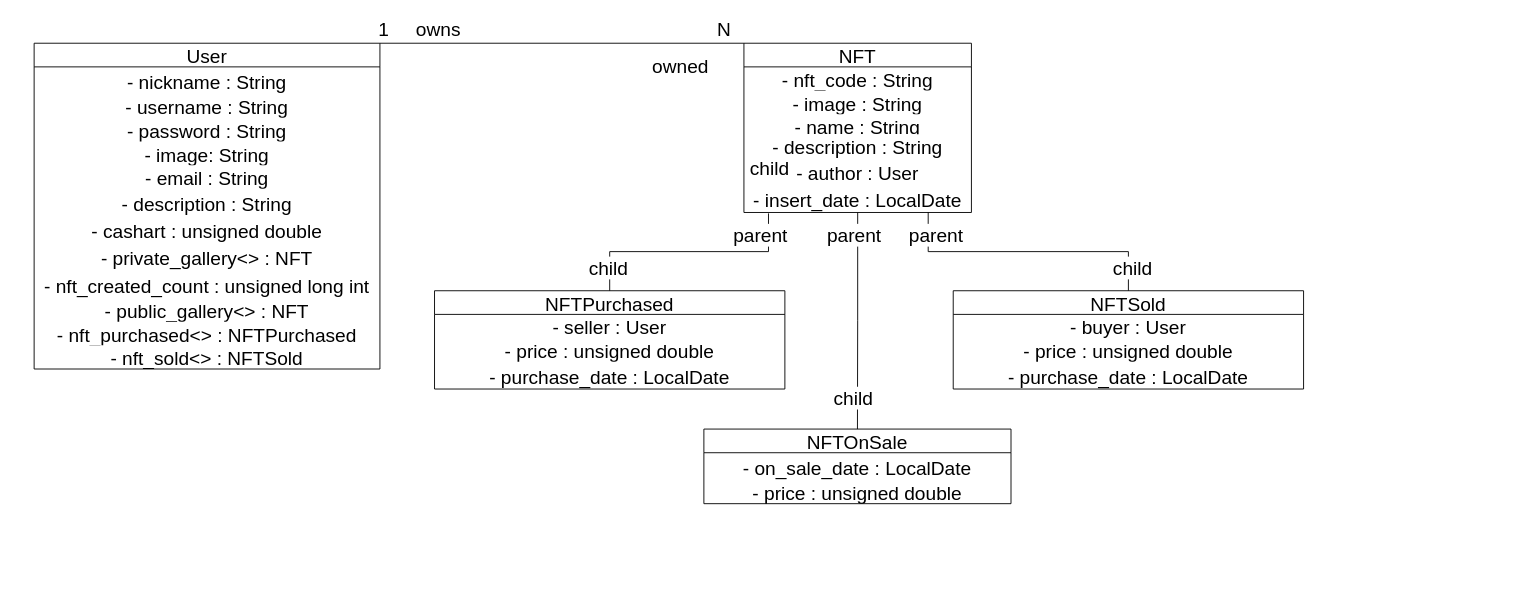
Above: Data_Model.drawio in Pietroalex/Compravendita_NFT (draw.io), before the change. Source tidied: cells renumbered, new cells numbered last; positions are measured from the earlier drawing's top-left corner, leaving out a move shared by most shapes. Both pictures are drawn from the tidied source at 91%, with x=0, y=0 at pixel (34, 15).
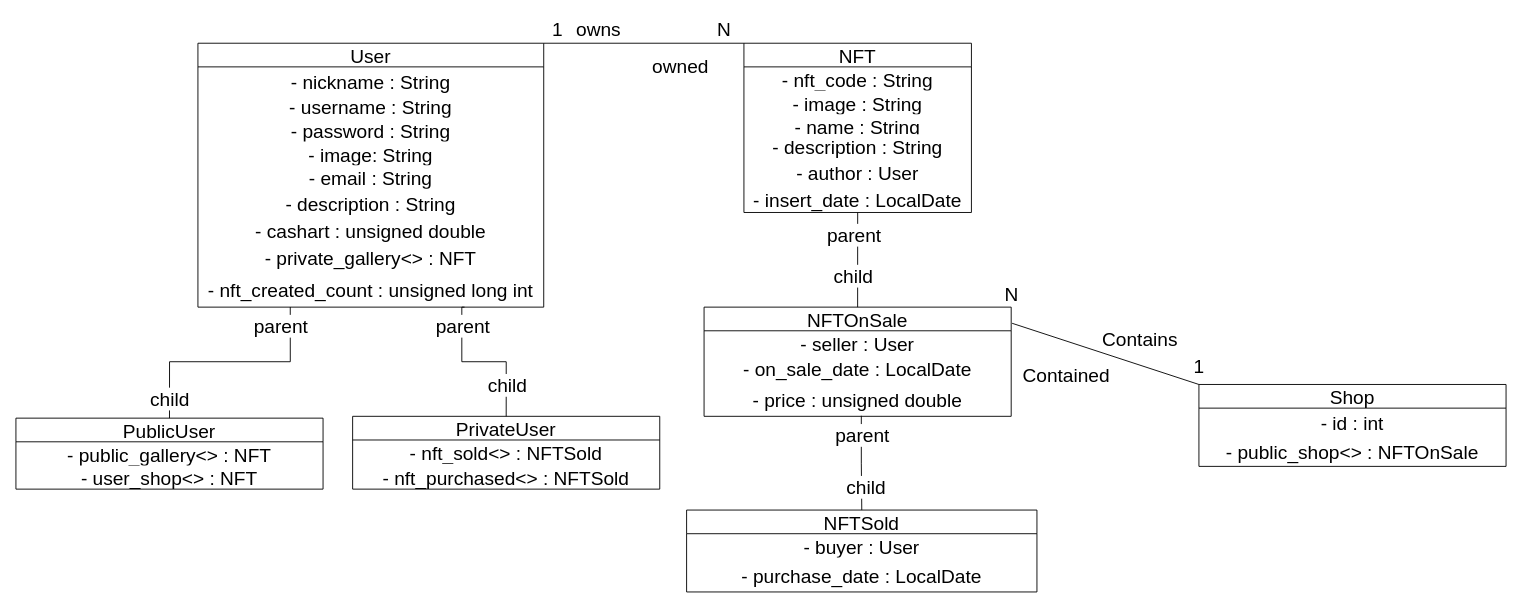
The same diagram, later.

The change refers to these unchanged cells:
```xml
<mxCell id="21" value="- insert_date : LocalDate" style="text;strokeColor=none;fillColor=none;spacingLeft=4;spacingRight=4;overflow=hidden;points=[[0,0.5],[1,0.5]];portConstraint=eastwest;fontSize=21;labelPosition=center;verticalLabelPosition=middle;align=center;verticalAlign=middle;" parent="15" vertex="1">
  <mxGeometry y="156" width="250" height="30" as="geometry" />
</mxCell>
```

Diff of the diagram source:
```diff
@@
     <mxCell id="2" value="User" style="swimlane;fontStyle=0;horizontal=1;startSize=26;fillColor=none;fontSize=21;labelPosition=center;verticalLabelPosition=middle;align=center;verticalAlign=middle;swimlaneLine=1;glass=0;rounded=0;shadow=0;sketch=0;spacing=2;" parent="1" vertex="1">
-      <mxGeometry y="30" width="380" height="358" as="geometry" />
+      <mxGeometry x="180" y="30" width="380" height="290" as="geometry" />
     </mxCell>
@@
     <mxCell id="11" value="- nft_created_count : unsigned long int" style="text;strokeColor=none;fillColor=none;spacingLeft=4;spacingRight=4;overflow=hidden;points=[[0,0.5],[1,0.5]];portConstraint=eastwest;fontSize=21;labelPosition=center;verticalLabelPosition=middle;align=center;verticalAlign=middle;swimlaneLine=1;glass=0;rounded=0;shadow=0;sketch=0;spacing=2;" parent="2" vertex="1">
-      <mxGeometry y="250" width="380" height="30" as="geometry" />
+      <mxGeometry y="250" width="380" height="40" as="geometry" />
     </mxCell>
-    <mxCell id="12" value="- public_gallery&lt;&gt; : NFT" style="text;strokeColor=none;fillColor=none;align=center;verticalAlign=middle;spacingLeft=4;spacingRight=4;overflow=hidden;fontSize=21;labelPosition=center;verticalLabelPosition=middle;swimlaneLine=1;glass=0;rounded=0;shadow=0;sketch=0;spacing=2;" parent="2" vertex="1">
-      <mxGeometry y="280" width="380" height="26" as="geometry" />
-    </mxCell>
-    <mxCell id="13" value="- nft_purchased&lt;&gt; : NFTPurchased" style="text;strokeColor=none;fillColor=none;align=center;verticalAlign=middle;spacingLeft=4;spacingRight=4;overflow=hidden;fontSize=21;labelPosition=center;verticalLabelPosition=middle;swimlaneLine=1;glass=0;rounded=0;shadow=0;sketch=0;spacing=2;" parent="2" vertex="1">
-      <mxGeometry y="306" width="380" height="26" as="geometry" />
-    </mxCell>
-    <mxCell id="14" value="- nft_sold&lt;&gt; : NFTSold" style="text;strokeColor=none;fillColor=none;align=center;verticalAlign=middle;spacingLeft=4;spacingRight=4;overflow=hidden;fontSize=21;labelPosition=center;verticalLabelPosition=middle;swimlaneLine=1;glass=0;rounded=0;shadow=0;sketch=0;spacing=2;" parent="2" vertex="1">
-      <mxGeometry y="332" width="380" height="26" as="geometry" />
-    </mxCell>
@@
     <mxCell id="22" value="NFTOnSale" style="swimlane;fontStyle=0;horizontal=1;startSize=26;fillColor=none;fontSize=21;labelPosition=center;verticalLabelPosition=middle;align=center;verticalAlign=middle;" parent="1" vertex="1">
-      <mxGeometry x="736" y="454" width="337.5" height="82" as="geometry" />
+      <mxGeometry x="736.2" y="320" width="337.5" height="120" as="geometry" />
     </mxCell>
+    <mxCell id="41" value="- seller : User" style="text;strokeColor=none;fillColor=none;align=center;verticalAlign=middle;spacingLeft=4;spacingRight=4;overflow=hidden;fontSize=21;labelPosition=center;verticalLabelPosition=middle;" parent="22" vertex="1">
+      <mxGeometry y="26" width="337.5" height="26" as="geometry" />
+    </mxCell>
     <mxCell id="23" value="- on_sale_date : LocalDate" style="text;strokeColor=none;fillColor=none;spacingLeft=4;spacingRight=4;overflow=hidden;fontSize=21;labelPosition=center;verticalLabelPosition=middle;align=center;verticalAlign=middle;" parent="22" vertex="1">
-      <mxGeometry y="26" width="337.5" height="30" as="geometry" />
+      <mxGeometry y="52" width="337.5" height="30" as="geometry" />
     </mxCell>
     <mxCell id="24" value="- price : unsigned double" style="text;strokeColor=none;fillColor=none;align=center;verticalAlign=middle;spacingLeft=4;spacingRight=4;overflow=hidden;points=[[0,0.5],[1,0.5]];portConstraint=eastwest;fontSize=21;labelPosition=center;verticalLabelPosition=middle;" parent="22" vertex="1">
-      <mxGeometry y="56" width="337.5" height="26" as="geometry" />
+      <mxGeometry y="82" width="337.5" height="38" as="geometry" />
     </mxCell>
@@
     <mxCell id="28" value="NFTSold" style="swimlane;fontStyle=0;horizontal=1;startSize=26;fillColor=none;fontSize=21;labelPosition=center;verticalLabelPosition=middle;align=center;verticalAlign=middle;" parent="1" vertex="1">
-      <mxGeometry x="1010" y="302" width="385" height="108" as="geometry" />
+      <mxGeometry x="717" y="543" width="385" height="90" as="geometry" />
     </mxCell>
@@
-    <mxCell id="30" value="- price : unsigned double" style="text;strokeColor=none;fillColor=none;align=center;verticalAlign=middle;spacingLeft=4;spacingRight=4;overflow=hidden;fontSize=21;labelPosition=center;verticalLabelPosition=middle;" parent="28" vertex="1">
-      <mxGeometry y="52" width="385" height="26" as="geometry" />
-    </mxCell>
     <mxCell id="31" value="- purchase_date : LocalDate" style="text;strokeColor=none;fillColor=none;spacingLeft=4;spacingRight=4;overflow=hidden;fontSize=21;labelPosition=center;verticalLabelPosition=middle;align=center;verticalAlign=middle;" parent="28" vertex="1">
-      <mxGeometry y="78" width="385" height="30" as="geometry" />
+      <mxGeometry y="52" width="385" height="38" as="geometry" />
     </mxCell>
-    <mxCell id="32" style="endArrow=none;html=1;edgeStyle=orthogonalEdgeStyle;rounded=0;entryX=0.5;entryY=0;entryDx=0;entryDy=0;startArrow=none;fontSize=21;labelPosition=center;verticalLabelPosition=middle;align=center;verticalAlign=middle;exitX=0.81;exitY=0.992;exitDx=0;exitDy=0;exitPerimeter=0;" parent="1" edge="1" source="21" target="28">
+    <mxCell id="32" style="endArrow=none;html=1;edgeStyle=orthogonalEdgeStyle;rounded=0;startArrow=none;fontSize=21;labelPosition=center;verticalLabelPosition=middle;align=center;verticalAlign=middle;exitX=0.512;exitY=0.984;exitDx=0;exitDy=0;exitPerimeter=0;entryX=0.5;entryY=0;entryDx=0;entryDy=0;" parent="1" edge="1" source="24" target="28">
       <mxGeometry relative="1" as="geometry" />
     </mxCell>
@@
     <mxCell id="36" value="1" style="text;html=1;align=center;verticalAlign=middle;strokeColor=none;fillColor=none;fontSize=21;labelPosition=center;verticalLabelPosition=middle;swimlaneLine=1;glass=0;rounded=0;shadow=0;sketch=0;spacing=2;" parent="1" vertex="1">
-      <mxGeometry x="369" width="30" height="30" as="geometry" />
+      <mxGeometry x="560" width="30" height="30" as="geometry" />
     </mxCell>
     <mxCell id="37" value="owns" style="text;html=1;align=center;verticalAlign=middle;strokeColor=none;fillColor=none;fontSize=21;labelPosition=center;verticalLabelPosition=middle;" parent="1" vertex="1">
-      <mxGeometry x="414" width="60" height="30" as="geometry" />
+      <mxGeometry x="590" width="60" height="30" as="geometry" />
     </mxCell>
     <mxCell id="38" value="parent" style="edgeLabel;html=1;align=center;verticalAlign=middle;fontSize=21;labelPosition=center;verticalLabelPosition=middle;" parent="1" vertex="1">
-      <mxGeometry x="990" y="240" as="geometry" />
+      <mxGeometry x="909.5" y="460" as="geometry" />
     </mxCell>
@@
-    <mxCell id="40" value="NFTPurchased" style="swimlane;fontStyle=0;horizontal=1;startSize=26;fillColor=none;fontSize=21;labelPosition=center;verticalLabelPosition=middle;align=center;verticalAlign=middle;" parent="1" vertex="1">
-      <mxGeometry x="440" y="302" width="385" height="108" as="geometry" />
-    </mxCell>
-    <mxCell id="41" value="- seller : User" style="text;strokeColor=none;fillColor=none;align=center;verticalAlign=middle;spacingLeft=4;spacingRight=4;overflow=hidden;fontSize=21;labelPosition=center;verticalLabelPosition=middle;" parent="40" vertex="1">
-      <mxGeometry y="26" width="385" height="26" as="geometry" />
-    </mxCell>
-    <mxCell id="42" value="- price : unsigned double" style="text;strokeColor=none;fillColor=none;align=center;verticalAlign=middle;spacingLeft=4;spacingRight=4;overflow=hidden;fontSize=21;labelPosition=center;verticalLabelPosition=middle;" parent="40" vertex="1">
-      <mxGeometry y="52" width="385" height="26" as="geometry" />
-    </mxCell>
-    <mxCell id="43" value="- purchase_date : LocalDate" style="text;strokeColor=none;fillColor=none;spacingLeft=4;spacingRight=4;overflow=hidden;fontSize=21;labelPosition=center;verticalLabelPosition=middle;align=center;verticalAlign=middle;" parent="40" vertex="1">
-      <mxGeometry y="78" width="385" height="30" as="geometry" />
-    </mxCell>
-    <mxCell id="44" style="endArrow=none;html=1;edgeStyle=orthogonalEdgeStyle;rounded=0;entryX=0.108;entryY=1.033;entryDx=0;entryDy=0;startArrow=none;fontSize=21;labelPosition=center;verticalLabelPosition=middle;align=center;verticalAlign=middle;exitX=0.5;exitY=0;exitDx=0;exitDy=0;entryPerimeter=0;" parent="1" edge="1" source="40" target="21">
-      <mxGeometry relative="1" as="geometry" />
-    </mxCell>
-    <mxCell id="45" value="child" style="edgeLabel;html=1;align=center;verticalAlign=middle;fontSize=21;labelPosition=center;verticalLabelPosition=middle;" parent="44" vertex="1">
-      <mxGeometry x="1" relative="1" as="geometry">
-        <mxPoint y="-50" as="offset" />
-      </mxGeometry>
-    </mxCell>
-    <mxCell id="46" value="parent" style="edgeLabel;html=1;align=center;verticalAlign=middle;fontSize=21;labelPosition=center;verticalLabelPosition=middle;" parent="1" vertex="1">
-      <mxGeometry x="797" y="240" as="geometry" />
-    </mxCell>
-    <mxCell id="47" value="child" style="edgeLabel;html=1;align=center;verticalAlign=middle;fontSize=21;labelPosition=center;verticalLabelPosition=middle;" parent="1" vertex="1">
-      <mxGeometry x="909.8" y="429.8" as="geometry">
-        <mxPoint x="-279" y="-153" as="offset" />
-      </mxGeometry>
-    </mxCell>
+    <mxCell id="48" value="PrivateUser" style="swimlane;fontStyle=0;horizontal=1;startSize=26;fillColor=none;fontSize=21;labelPosition=center;verticalLabelPosition=middle;align=center;verticalAlign=middle;" parent="1" vertex="1">
+      <mxGeometry x="350" y="440" width="337.5" height="80" as="geometry" />
+    </mxCell>
+    <mxCell id="14" value="- nft_sold&lt;&gt; : NFTSold" style="text;strokeColor=none;fillColor=none;align=center;verticalAlign=middle;spacingLeft=4;spacingRight=4;overflow=hidden;fontSize=21;labelPosition=center;verticalLabelPosition=middle;swimlaneLine=1;glass=0;rounded=0;shadow=0;sketch=0;spacing=2;" parent="48" vertex="1">
+      <mxGeometry y="26" width="337.5" height="26" as="geometry" />
+    </mxCell>
+    <mxCell id="13" value="- nft_purchased&lt;&gt; : NFTSold" style="text;strokeColor=none;fillColor=none;align=center;verticalAlign=middle;spacingLeft=4;spacingRight=4;overflow=hidden;fontSize=21;labelPosition=center;verticalLabelPosition=middle;swimlaneLine=1;glass=0;rounded=0;shadow=0;sketch=0;spacing=2;" parent="48" vertex="1">
+      <mxGeometry y="52" width="337.5" height="28" as="geometry" />
+    </mxCell>
+    <mxCell id="49" value="PublicUser" style="swimlane;fontStyle=0;horizontal=1;startSize=26;fillColor=none;fontSize=21;labelPosition=center;verticalLabelPosition=middle;align=center;verticalAlign=middle;" parent="1" vertex="1">
+      <mxGeometry x="-20" y="442" width="337.5" height="78" as="geometry" />
+    </mxCell>
+    <mxCell id="12" value="- public_gallery&lt;&gt; : NFT" style="text;strokeColor=none;fillColor=none;align=center;verticalAlign=middle;spacingLeft=4;spacingRight=4;overflow=hidden;fontSize=21;labelPosition=center;verticalLabelPosition=middle;swimlaneLine=1;glass=0;rounded=0;shadow=0;sketch=0;spacing=2;" parent="49" vertex="1">
+      <mxGeometry y="26" width="337.5" height="26" as="geometry" />
+    </mxCell>
+    <mxCell id="50" value="- user_shop&lt;&gt; : NFT" style="text;strokeColor=none;fillColor=none;align=center;verticalAlign=middle;spacingLeft=4;spacingRight=4;overflow=hidden;fontSize=21;labelPosition=center;verticalLabelPosition=middle;swimlaneLine=1;glass=0;rounded=0;shadow=0;sketch=0;spacing=2;" parent="49" vertex="1">
+      <mxGeometry y="52" width="337.5" height="26" as="geometry" />
+    </mxCell>
+    <mxCell id="51" value="Shop" style="swimlane;fontStyle=0;horizontal=1;startSize=26;fillColor=none;fontSize=21;labelPosition=center;verticalLabelPosition=middle;align=center;verticalAlign=middle;" parent="1" vertex="1">
+      <mxGeometry x="1280" y="405" width="337.5" height="90" as="geometry" />
+    </mxCell>
+    <mxCell id="52" value="- id : int" style="text;strokeColor=none;fillColor=none;spacingLeft=4;spacingRight=4;overflow=hidden;fontSize=21;labelPosition=center;verticalLabelPosition=middle;align=center;verticalAlign=middle;" parent="51" vertex="1">
+      <mxGeometry y="26" width="337.5" height="30" as="geometry" />
+    </mxCell>
+    <mxCell id="53" value="- public_shop&lt;&gt; : NFTOnSale" style="text;strokeColor=none;fillColor=none;align=center;verticalAlign=middle;spacingLeft=4;spacingRight=4;overflow=hidden;fontSize=21;labelPosition=center;verticalLabelPosition=middle;swimlaneLine=1;glass=0;rounded=0;shadow=0;sketch=0;spacing=2;" parent="51" vertex="1">
+      <mxGeometry y="56" width="337.5" height="34" as="geometry" />
+    </mxCell>
+    <mxCell id="54" style="endArrow=none;html=1;edgeStyle=orthogonalEdgeStyle;rounded=0;entryX=0.267;entryY=0.997;entryDx=0;entryDy=0;startArrow=none;fontSize=21;labelPosition=center;verticalLabelPosition=middle;align=center;verticalAlign=middle;exitX=0.5;exitY=0;exitDx=0;exitDy=0;entryPerimeter=0;" parent="1" edge="1" source="49" target="11">
+      <mxGeometry relative="1" as="geometry">
+        <Array as="points">
+          <mxPoint x="149" y="380" />
+          <mxPoint x="282" y="380" />
+        </Array>
+      </mxGeometry>
+    </mxCell>
+    <mxCell id="55" value="child" style="edgeLabel;html=1;align=center;verticalAlign=middle;fontSize=21;labelPosition=center;verticalLabelPosition=middle;" parent="54" vertex="1">
+      <mxGeometry x="1" relative="1" as="geometry">
+        <mxPoint x="-133" y="101" as="offset" />
+      </mxGeometry>
+    </mxCell>
+    <mxCell id="56" value="parent" style="edgeLabel;html=1;align=center;verticalAlign=middle;fontSize=21;labelPosition=center;verticalLabelPosition=middle;" parent="1" vertex="1">
+      <mxGeometry x="270" y="340" as="geometry" />
+    </mxCell>
+    <mxCell id="57" style="endArrow=none;html=1;edgeStyle=orthogonalEdgeStyle;rounded=0;startArrow=none;fontSize=21;labelPosition=center;verticalLabelPosition=middle;align=center;verticalAlign=middle;exitX=0.5;exitY=0;exitDx=0;exitDy=0;entryX=0.771;entryY=1;entryDx=0;entryDy=0;entryPerimeter=0;" parent="1" edge="1" source="48" target="11">
+      <mxGeometry relative="1" as="geometry">
+        <Array as="points">
+          <mxPoint x="519" y="380" />
+          <mxPoint x="470" y="380" />
+          <mxPoint x="470" y="320" />
+        </Array>
+      </mxGeometry>
+    </mxCell>
+    <mxCell id="58" value="child" style="edgeLabel;html=1;align=center;verticalAlign=middle;fontSize=21;labelPosition=center;verticalLabelPosition=middle;" parent="57" vertex="1">
+      <mxGeometry x="1" relative="1" as="geometry">
+        <mxPoint x="46" y="85" as="offset" />
+      </mxGeometry>
+    </mxCell>
+    <mxCell id="59" value="parent" style="edgeLabel;html=1;align=center;verticalAlign=middle;fontSize=21;labelPosition=center;verticalLabelPosition=middle;" parent="1" vertex="1">
+      <mxGeometry x="470" y="340" as="geometry" />
+    </mxCell>
+    <mxCell id="60" style="endArrow=none;html=1;rounded=0;entryX=1.003;entryY=0.148;entryDx=0;entryDy=0;exitX=0;exitY=0;exitDx=0;exitDy=0;fontSize=21;labelPosition=center;verticalLabelPosition=middle;align=center;verticalAlign=middle;entryPerimeter=0;" parent="1" edge="1" source="51" target="22">
+      <mxGeometry relative="1" as="geometry" />
+    </mxCell>
+    <mxCell id="61" value="N" style="html=1;align=center;verticalAlign=middle;fontSize=21;labelPosition=center;verticalLabelPosition=middle;" parent="60" vertex="1">
+      <mxGeometry x="1" relative="1" as="geometry">
+        <mxPoint x="-1" y="-32" as="offset" />
+      </mxGeometry>
+    </mxCell>
+    <mxCell id="62" value="1" style="text;html=1;align=center;verticalAlign=middle;strokeColor=none;fillColor=none;fontSize=21;labelPosition=center;verticalLabelPosition=middle;swimlaneLine=1;glass=0;rounded=0;shadow=0;sketch=0;spacing=2;" parent="1" vertex="1">
+      <mxGeometry x="1265" y="370" width="30" height="30" as="geometry" />
+    </mxCell>
+    <mxCell id="63" value="Contains" style="text;html=1;align=center;verticalAlign=middle;strokeColor=none;fillColor=none;fontSize=21;labelPosition=center;verticalLabelPosition=middle;swimlaneLine=1;glass=0;rounded=0;shadow=0;sketch=0;spacing=2;" parent="1" vertex="1">
+      <mxGeometry x="1165" y="340" width="100" height="30" as="geometry" />
+    </mxCell>
+    <mxCell id="64" value="Contained" style="text;html=1;align=center;verticalAlign=middle;strokeColor=none;fillColor=none;fontSize=21;labelPosition=center;verticalLabelPosition=middle;swimlaneLine=1;glass=0;rounded=0;shadow=0;sketch=0;spacing=2;" parent="1" vertex="1">
+      <mxGeometry x="1073.8" y="380" width="120" height="30" as="geometry" />
+    </mxCell>
```
